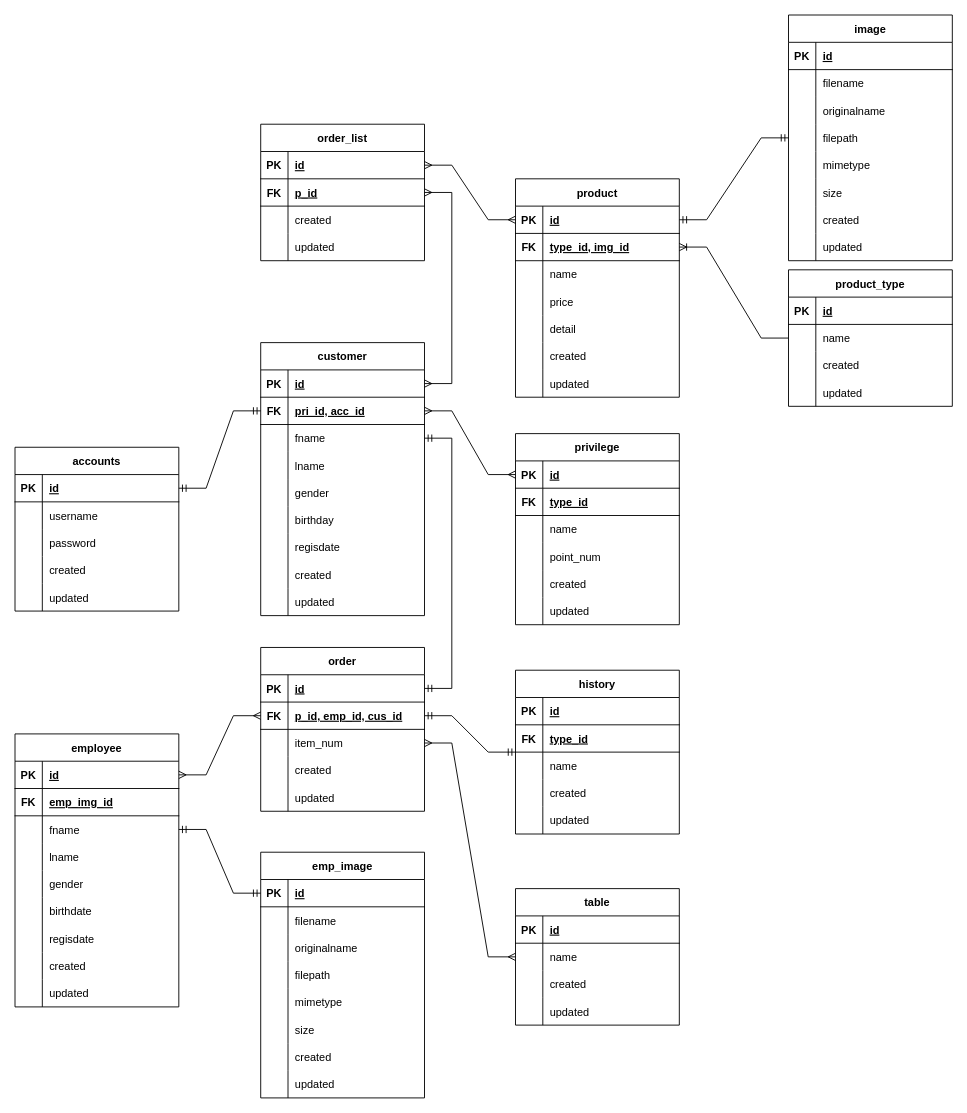
The draw.io diagram src/Database-design.drawio in bomtawep/bom-order-nodejs, before the edit. Source tidied: cells renumbered, new cells numbered last; positions are measured from the earlier drawing's top-left corner, leaving out a move shared by most shapes. Both pictures are drawn from the tidied source at 91%, with x=0, y=0 at pixel (15, 15).
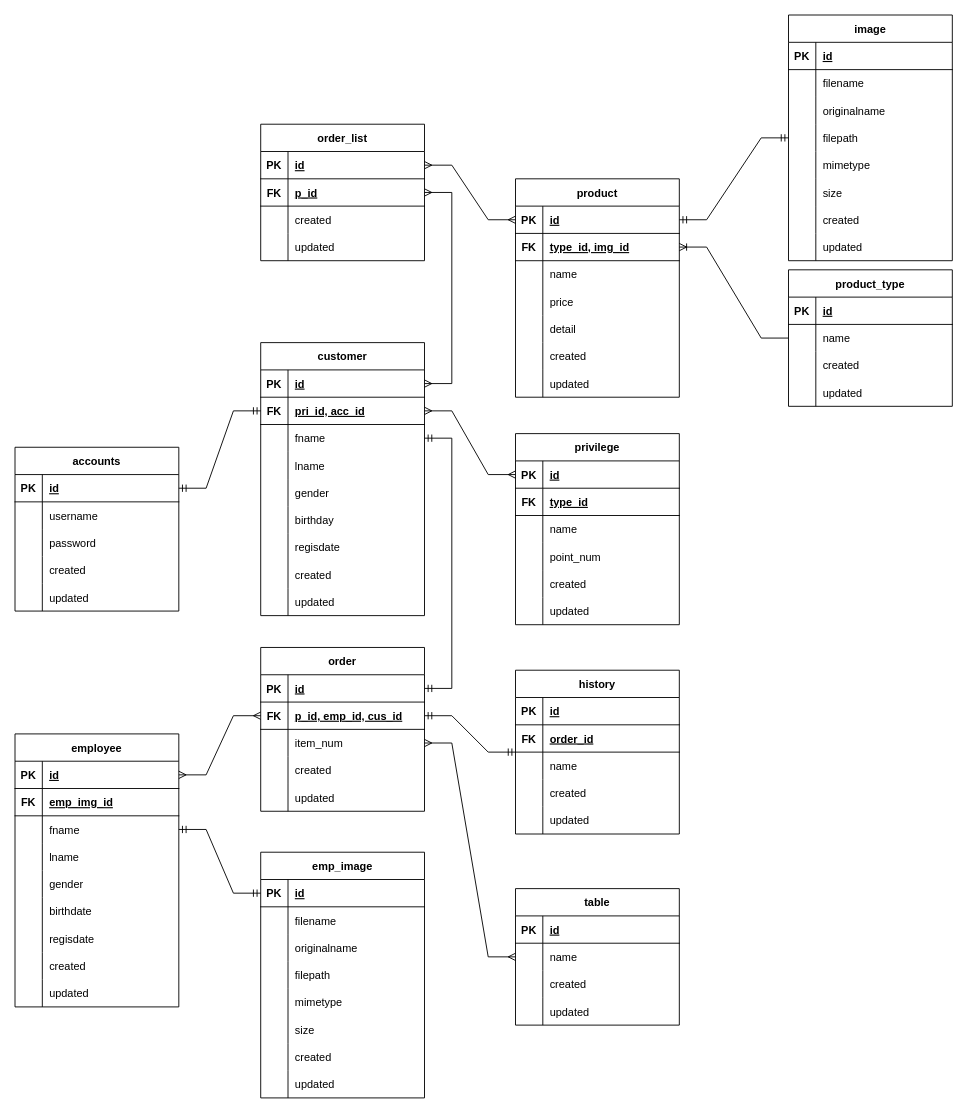
The same page after the edit.

Unchanged cells that the change refers to:
```xml
<mxCell id="75" style="shape=tableRow;horizontal=0;startSize=0;swimlaneHead=0;swimlaneBody=0;fillColor=none;top=0;left=0;right=0;bottom=1;" parent="71" vertex="1">
  <mxGeometry y="60" width="180" height="30" as="geometry" />
</mxCell>
```

The edit, as a diff of the source:
```diff
@@
-    <mxCell id="77" value="type_id" style="shape=partialRectangle;fillColor=none;top=0;left=0;bottom=0;right=0;align=left;spacingLeft=6;fontStyle=5;overflow=hidden;" parent="75" vertex="1">
+    <mxCell id="77" value="order_id" style="shape=partialRectangle;fillColor=none;top=0;left=0;bottom=0;right=0;align=left;spacingLeft=6;fontStyle=5;overflow=hidden;" parent="75" vertex="1">
       <mxGeometry x="30" width="150" height="30" as="geometry" />
     </mxCell>
```
